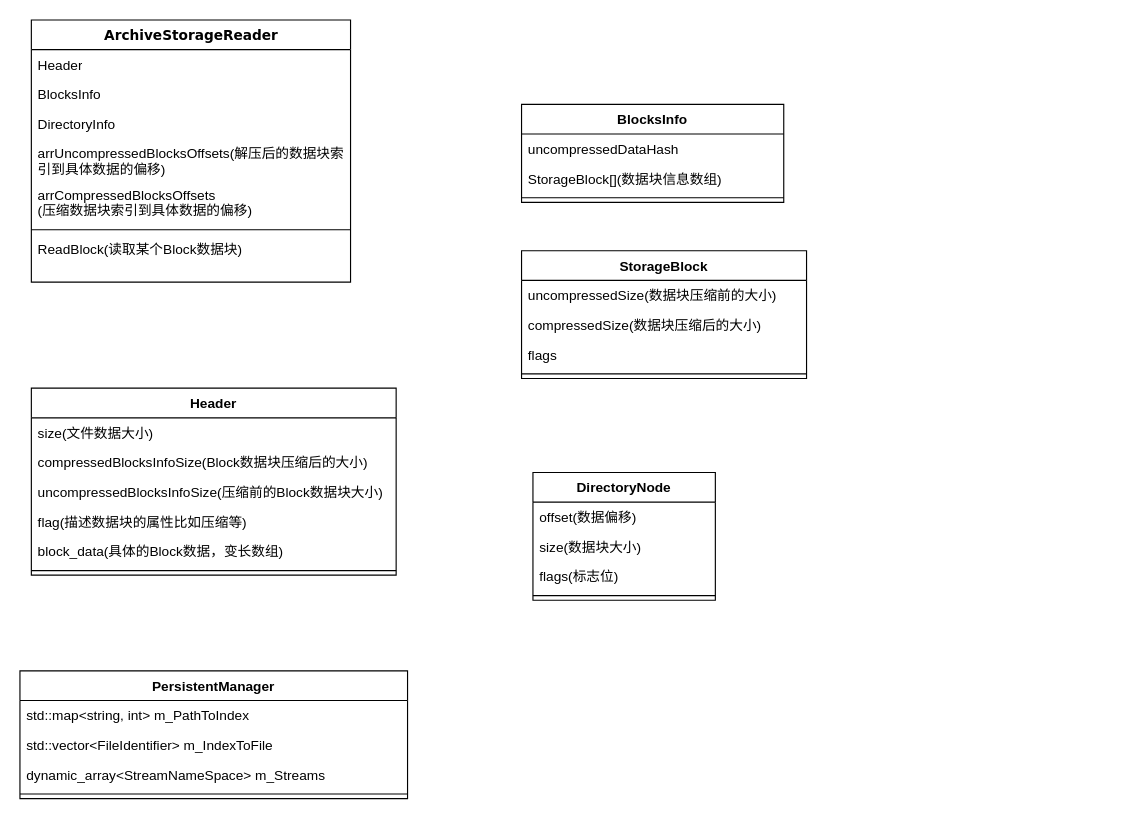
This is Untitled Diagram.drawio from houxuanfelix/FelixCode, a draw.io file, before an edit. Source tidied: cells renumbered, new cells numbered last; positions are measured from the earlier drawing's top-left corner, leaving out a move shared by most shapes. Both pictures are drawn from the tidied source at 114%, with x=0, y=0 at pixel (19, 19).
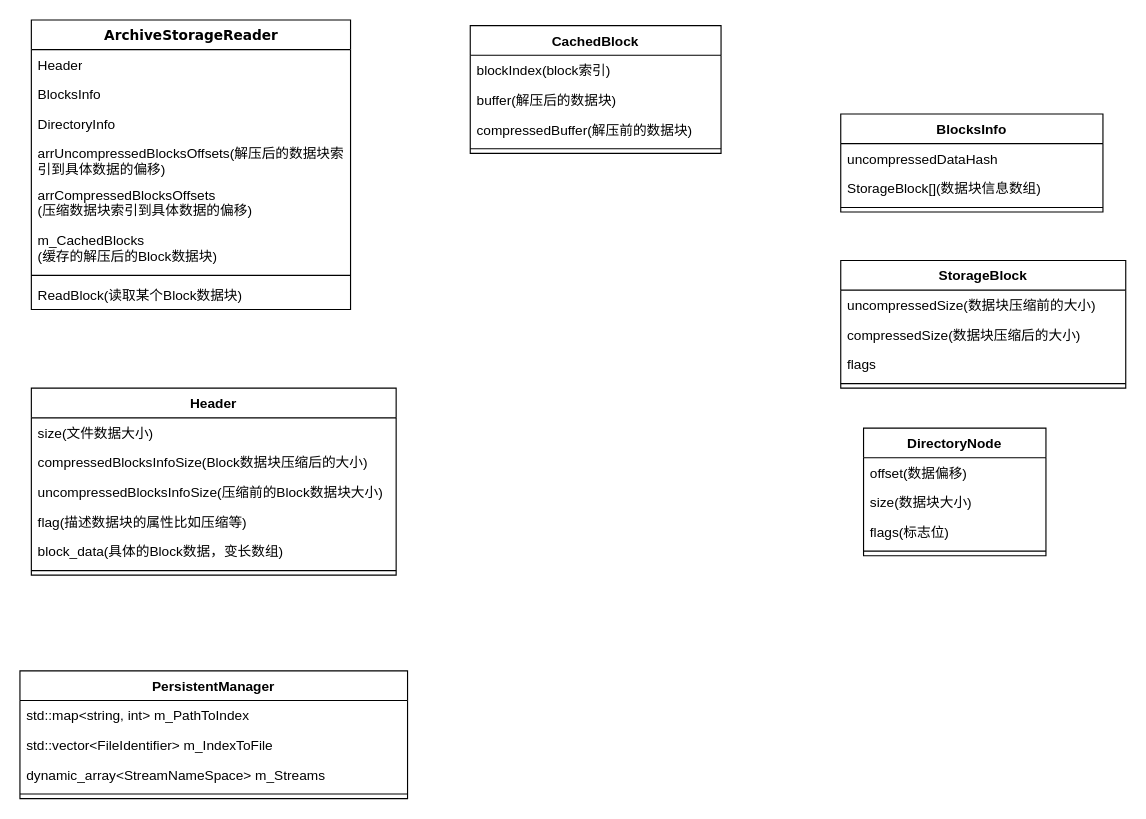
After the change.

Diff of the diagram source:
```diff
@@
     <mxCell id="2" value="ArchiveStorageReader" style="swimlane;html=1;fontStyle=1;align=center;verticalAlign=top;horizontal=1;startSize=26;swimlaneFillColor=#ffffff;rounded=0;shadow=0;comic=0;labelBackgroundColor=none;strokeColor=#000000;strokeWidth=1;fillColor=none;fontFamily=Verdana;fontSize=12;fontColor=#000000;" parent="1" vertex="1">
-      <mxGeometry x="10" width="280" height="230" as="geometry" />
+      <mxGeometry x="10" width="280" height="254" as="geometry" />
     </mxCell>
@@
+    <mxCell id="36" value="m_CachedBlocks&lt;br&gt;(缓存的解压后的Block数据块)" style="text;html=1;strokeColor=none;fillColor=none;align=left;verticalAlign=top;spacingLeft=4;spacingRight=4;whiteSpace=wrap;overflow=hidden;" parent="2" vertex="1">
+      <mxGeometry y="180" width="280" height="40" as="geometry" />
+    </mxCell>
     <mxCell id="8" style="line;html=1;strokeWidth=1;fillColor=none;align=left;verticalAlign=middle;spacingTop=-1;spacingLeft=3;spacingRight=3;labelPosition=right;" parent="2" vertex="1">
-      <mxGeometry y="180" width="280" height="8" as="geometry" />
+      <mxGeometry y="220" width="280" height="8" as="geometry" />
     </mxCell>
     <mxCell id="9" value="ReadBlock(读取某个Block数据块)" style="text;html=1;strokeColor=none;fillColor=none;align=left;verticalAlign=top;spacingLeft=4;spacingRight=4;whiteSpace=wrap;overflow=hidden;" parent="2" vertex="1">
-      <mxGeometry y="188" width="280" height="26" as="geometry" />
+      <mxGeometry y="228" width="280" height="26" as="geometry" />
     </mxCell>
@@
     <mxCell id="17" value="StorageBlock" style="swimlane;fontStyle=1;align=center;verticalAlign=top;horizontal=1;startSize=26;" parent="1" vertex="1">
-      <mxGeometry x="440" y="202.5" width="250" height="112" as="geometry" />
+      <mxGeometry x="720" y="211" width="250" height="112" as="geometry" />
     </mxCell>
@@
     <mxCell id="22" value="BlocksInfo" style="swimlane;fontStyle=1;align=center;verticalAlign=top;horizontal=1;startSize=26;" parent="1" vertex="1">
-      <mxGeometry x="440" y="74" width="230" height="86" as="geometry" />
+      <mxGeometry x="720" y="82.5" width="230" height="86" as="geometry" />
     </mxCell>
@@
     <mxCell id="26" value="DirectoryNode" style="swimlane;fontStyle=1;align=center;verticalAlign=top;horizontal=1;startSize=26;" parent="1" vertex="1">
-      <mxGeometry x="450" y="397" width="160" height="112" as="geometry" />
+      <mxGeometry x="740" y="358" width="160" height="112" as="geometry" />
     </mxCell>
@@
+    <mxCell id="37" value="CachedBlock" style="swimlane;fontStyle=1;align=center;verticalAlign=top;horizontal=1;startSize=26;" parent="1" vertex="1">
+      <mxGeometry x="395" y="5" width="220" height="112" as="geometry" />
+    </mxCell>
+    <mxCell id="38" value="blockIndex(block索引)" style="text;strokeColor=none;fillColor=none;align=left;verticalAlign=top;spacingLeft=4;spacingRight=4;overflow=hidden;" parent="37" vertex="1">
+      <mxGeometry y="26" width="220" height="26" as="geometry" />
+    </mxCell>
+    <mxCell id="39" value="buffer(解压后的数据块)" style="text;strokeColor=none;fillColor=none;align=left;verticalAlign=top;spacingLeft=4;spacingRight=4;overflow=hidden;" parent="37" vertex="1">
+      <mxGeometry y="52" width="220" height="26" as="geometry" />
+    </mxCell>
+    <mxCell id="40" value="compressedBuffer(解压前的数据块)" style="text;strokeColor=none;fillColor=none;align=left;verticalAlign=top;spacingLeft=4;spacingRight=4;overflow=hidden;" parent="37" vertex="1">
+      <mxGeometry y="78" width="220" height="26" as="geometry" />
+    </mxCell>
+    <mxCell id="41" style="line;strokeWidth=1;fillColor=none;align=left;verticalAlign=middle;spacingTop=-1;spacingLeft=3;spacingRight=3;labelPosition=right;" parent="37" vertex="1">
+      <mxGeometry y="104" width="220" height="8" as="geometry" />
+    </mxCell>
```
